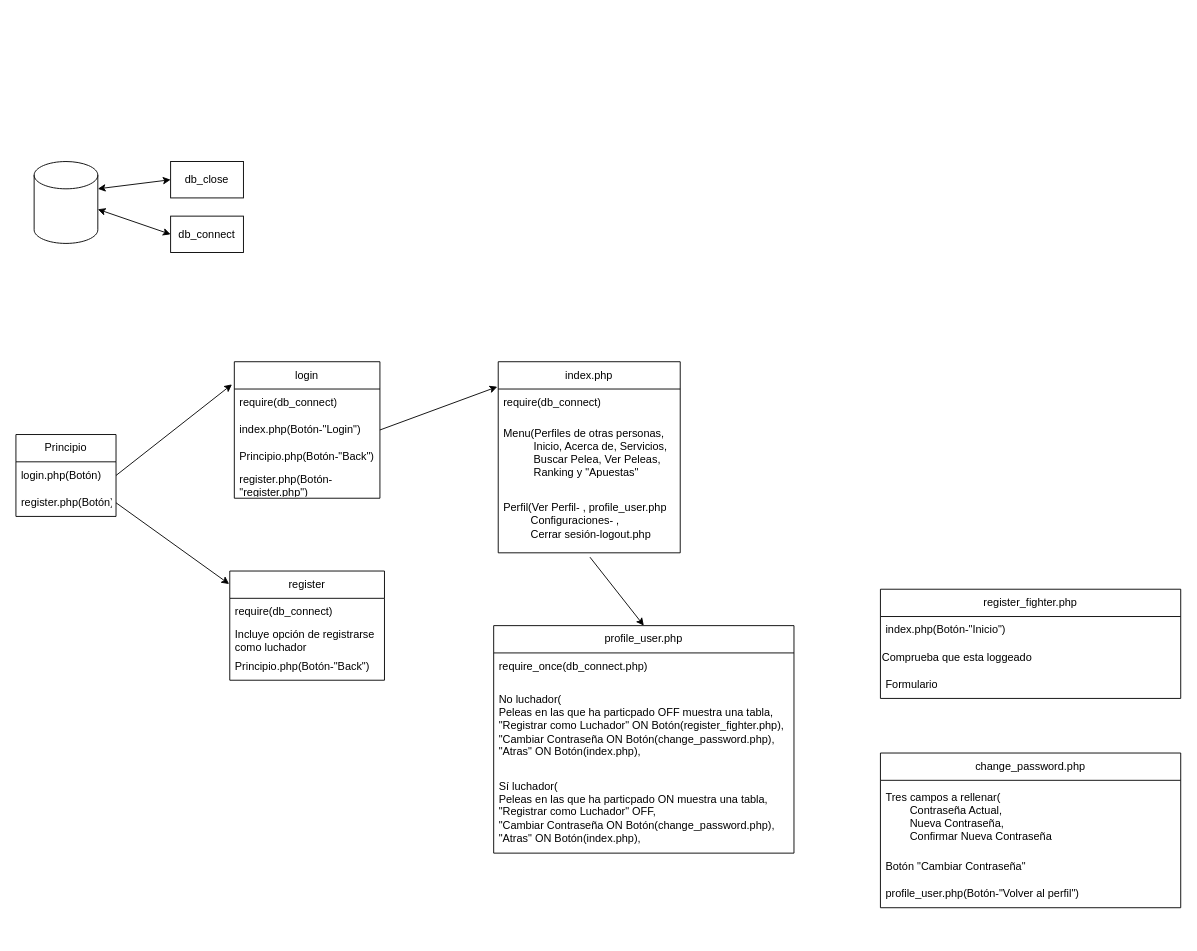
Above: drawing.drawio in Magnof6/knockout_Society (draw.io), before the change. Source tidied: cells renumbered, new cells numbered last; positions are measured from the earlier drawing's top-left corner, leaving out a move shared by most shapes. Both pictures are drawn from the tidied source at 91%, with x=0, y=0 at pixel (15, 161).
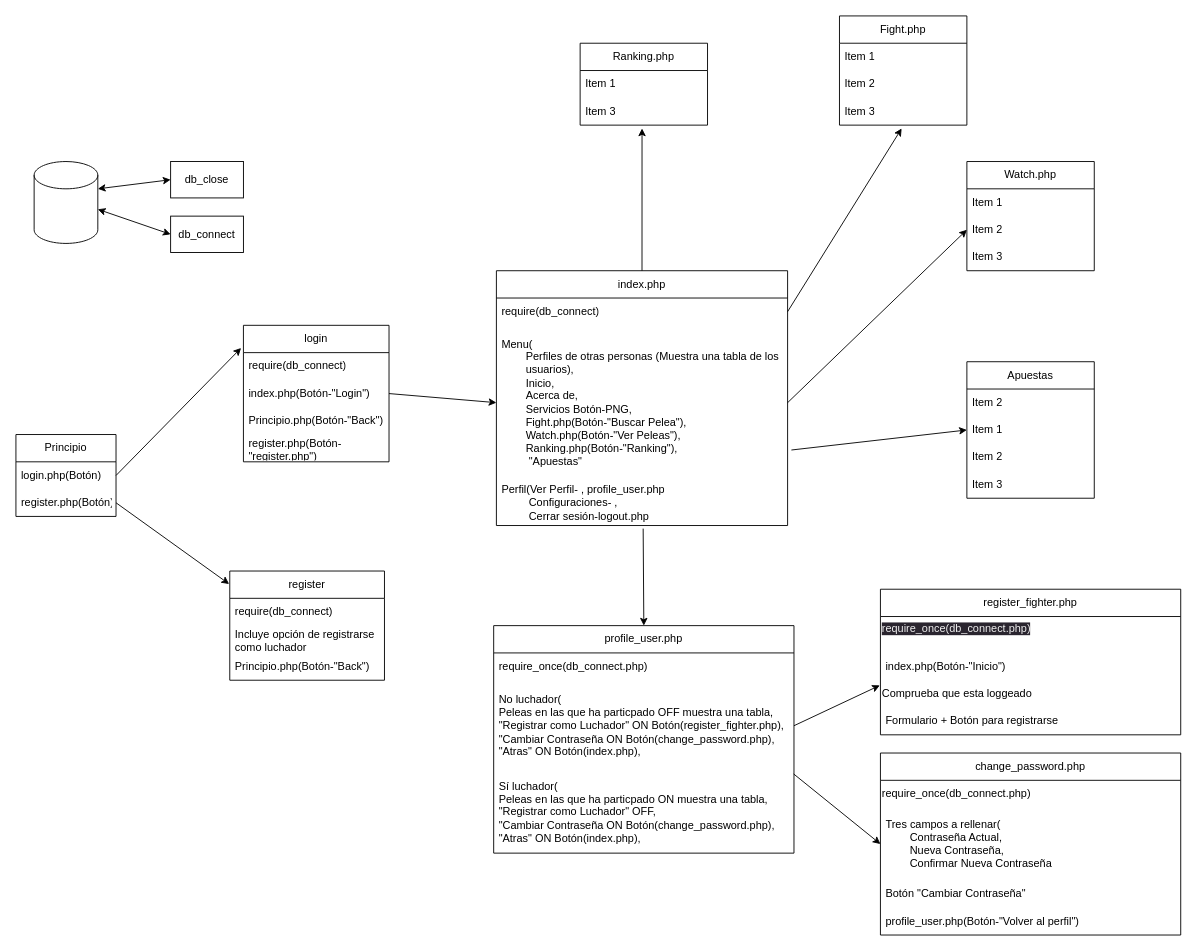
The same diagram, later.

The change refers to these unchanged cells:
```xml
<mxCell id="10" value="index.php(Botón-&quot;Login&quot;)" style="text;strokeColor=none;fillColor=none;align=left;verticalAlign=middle;spacingLeft=4;spacingRight=4;overflow=hidden;points=[[0,0.5],[1,0.5]];portConstraint=eastwest;whiteSpace=wrap;html=1;" parent="8" vertex="1">
  <mxGeometry y="60" width="160" height="30" as="geometry" />
</mxCell>
<mxCell id="29" value="No luchador(&lt;br&gt;Peleas en las que ha particpado OFF muestra una tabla,&lt;br&gt;&quot;Registrar como Luchador&quot; ON Botón(register_fighter.php),&lt;br&gt;&quot;Cambiar Contraseña ON Botón(change_password.php),&lt;br&gt;&quot;Atras&quot; ON Botón(index.php)," style="text;strokeColor=none;fillColor=none;align=left;verticalAlign=middle;spacingLeft=4;spacingRight=4;overflow=hidden;points=[[0,0.5],[1,0.5]];portConstraint=eastwest;whiteSpace=wrap;html=1;" parent="27" vertex="1">
  <mxGeometry y="60" width="330" height="100" as="geometry" />
</mxCell>
```

Diff of the diagram source:
```diff
@@
     <mxCell id="8" value="login" style="swimlane;fontStyle=0;horizontal=1;startSize=30;whiteSpace=wrap;html=1;" parent="1" vertex="1">
-      <mxGeometry x="240" y="220" width="160" height="150" as="geometry" />
+      <mxGeometry x="250" y="180" width="160" height="150" as="geometry" />
     </mxCell>
@@
     <mxCell id="21" value="index.php&lt;br&gt;" style="swimlane;fontStyle=0;horizontal=1;startSize=30;whiteSpace=wrap;html=1;" parent="1" vertex="1">
-      <mxGeometry x="530" y="220" width="200" height="210" as="geometry" />
+      <mxGeometry x="528" y="120" width="320" height="280" as="geometry" />
     </mxCell>
     <mxCell id="22" value="require(db_connect)" style="text;strokeColor=none;fillColor=none;align=left;verticalAlign=middle;spacingLeft=4;spacingRight=4;overflow=hidden;points=[[0,0.5],[1,0.5]];portConstraint=eastwest;whiteSpace=wrap;html=1;" parent="21" vertex="1">
-      <mxGeometry y="30" width="200" height="30" as="geometry" />
+      <mxGeometry y="30" width="320" height="30" as="geometry" />
     </mxCell>
-    <mxCell id="23" value="Menu(Perfiles de otras personas,&lt;br&gt;&lt;span style=&quot;white-space: pre;&quot;&gt;&#9;&lt;/span&gt;&amp;nbsp; Inicio, Acerca de, Servicios,&lt;br&gt;&lt;span style=&quot;white-space: pre;&quot;&gt;&#9;&lt;/span&gt;&amp;nbsp; Buscar Pelea, Ver Peleas,&lt;br&gt;&lt;span style=&quot;white-space: pre;&quot;&gt;&#9;&lt;/span&gt;&amp;nbsp; Ranking y &quot;Apuestas&quot;" style="text;strokeColor=none;fillColor=none;align=left;verticalAlign=middle;spacingLeft=4;spacingRight=4;overflow=hidden;points=[[0,0.5],[1,0.5]];portConstraint=eastwest;whiteSpace=wrap;html=1;" parent="21" vertex="1">
-      <mxGeometry y="60" width="200" height="80" as="geometry" />
+    <mxCell id="23" value="Menu(&lt;br&gt;&lt;span style=&quot;white-space: pre;&quot;&gt;&#9;&lt;/span&gt;Perfiles de otras personas (Muestra una tabla de los &lt;span style=&quot;white-space: pre;&quot;&gt;&#9;&lt;/span&gt;usuarios),&lt;br&gt;&lt;span style=&quot;white-space: pre;&quot;&gt;&#9;&lt;/span&gt;Inicio, &lt;br&gt;&lt;span style=&quot;white-space: pre;&quot;&gt;&#9;&lt;/span&gt;Acerca de, &lt;br&gt;&lt;span style=&quot;white-space: pre;&quot;&gt;&#9;&lt;/span&gt;Servicios Botón-PNG,&lt;br&gt;&lt;span style=&quot;white-space: pre;&quot;&gt;&#9;&lt;/span&gt;Fight.php(Botón-&quot;Buscar Pelea&quot;), &lt;br&gt;&lt;span style=&quot;white-space: pre;&quot;&gt;&#9;&lt;/span&gt;Watch.php(Botón-&quot;Ver Peleas&quot;),&lt;br&gt;&lt;span style=&quot;white-space: pre;&quot;&gt;&#9;&lt;/span&gt;Ranking.php(Botón-&quot;Ranking&quot;),&lt;br&gt;&lt;span style=&quot;white-space: pre;&quot;&gt;&#9;&lt;/span&gt;&amp;nbsp;&quot;Apuestas&quot;" style="text;strokeColor=none;fillColor=none;align=left;verticalAlign=middle;spacingLeft=4;spacingRight=4;overflow=hidden;points=[[0,0.5],[1,0.5]];portConstraint=eastwest;whiteSpace=wrap;html=1;" parent="21" vertex="1">
+      <mxGeometry y="60" width="320" height="170" as="geometry" />
     </mxCell>
     <mxCell id="24" value="Perfil(Ver Perfil- , profile_user.php&lt;br&gt;&lt;span style=&quot;white-space: pre;&quot;&gt;&#9;&lt;/span&gt;&amp;nbsp;Configuraciones- ,&lt;br&gt;&lt;span style=&quot;white-space: pre;&quot;&gt;&#9;&lt;/span&gt;&amp;nbsp;Cerrar sesión-logout.php" style="text;strokeColor=none;fillColor=none;align=left;verticalAlign=middle;spacingLeft=4;spacingRight=4;overflow=hidden;points=[[0,0.5],[1,0.5]];portConstraint=eastwest;whiteSpace=wrap;html=1;" parent="21" vertex="1">
-      <mxGeometry y="140" width="200" height="70" as="geometry" />
+      <mxGeometry y="230" width="320" height="50" as="geometry" />
     </mxCell>
-    <mxCell id="25" style="endArrow=classic;html=1;exitX=1;exitY=0.5;exitDx=0;exitDy=0;entryX=-0.005;entryY=0.131;entryDx=0;entryDy=0;entryPerimeter=0;" parent="1" edge="1" source="10" target="21">
+    <mxCell id="25" style="endArrow=classic;html=1;exitX=1;exitY=0.5;exitDx=0;exitDy=0;entryX=0;entryY=0.5;entryDx=0;entryDy=0;" parent="1" edge="1" source="10" target="23">
       <mxGeometry relative="1" as="geometry" />
     </mxCell>
@@
     <mxCell id="31" value="register_fighter.php" style="swimlane;fontStyle=0;horizontal=1;startSize=30;whiteSpace=wrap;html=1;" parent="1" vertex="1">
-      <mxGeometry x="950" y="470" width="330" height="120" as="geometry" />
+      <mxGeometry x="950" y="470" width="330" height="160" as="geometry" />
     </mxCell>
+    <mxCell id="39" value="&lt;span style=&quot;color: rgb(240, 240, 240); font-family: Helvetica; font-size: 12px; font-style: normal; font-variant-ligatures: normal; font-variant-caps: normal; font-weight: 400; letter-spacing: normal; orphans: 2; text-align: left; text-indent: 0px; text-transform: none; widows: 2; word-spacing: 0px; -webkit-text-stroke-width: 0px; background-color: rgb(42, 37, 47); text-decoration-thickness: initial; text-decoration-style: initial; text-decoration-color: initial; float: none; display: inline !important;&quot;&gt;require_once(db_connect.php)&lt;/span&gt;" style="text;whiteSpace=wrap;html=1;" parent="31" vertex="1">
+      <mxGeometry y="30" width="330" height="40" as="geometry" />
+    </mxCell>
     <mxCell id="32" value="index.php(Botón-&quot;Inicio&quot;)" style="text;strokeColor=none;fillColor=none;align=left;verticalAlign=middle;spacingLeft=4;spacingRight=4;overflow=hidden;whiteSpace=wrap;html=1;" parent="31" vertex="1">
-      <mxGeometry y="30" width="330" height="30" as="geometry" />
+      <mxGeometry y="70" width="330" height="30" as="geometry" />
     </mxCell>
     <mxCell id="33" value="Comprueba que esta loggeado" style="text;html=1;align=left;verticalAlign=middle;points=[];strokeColor=none;fillColor=none;" parent="31" vertex="1">
-      <mxGeometry y="60" width="330" height="30" as="geometry" />
+      <mxGeometry y="100" width="330" height="30" as="geometry" />
     </mxCell>
-    <mxCell id="34" value="Formulario" style="text;strokeColor=none;fillColor=none;align=left;verticalAlign=middle;spacingLeft=4;spacingRight=4;overflow=hidden;whiteSpace=wrap;html=1;" parent="31" vertex="1">
-      <mxGeometry y="90" width="330" height="30" as="geometry" />
+    <mxCell id="34" value="Formulario + Botón para registrarse" style="text;strokeColor=none;fillColor=none;align=left;verticalAlign=middle;spacingLeft=4;spacingRight=4;overflow=hidden;whiteSpace=wrap;html=1;" parent="31" vertex="1">
+      <mxGeometry y="130" width="330" height="30" as="geometry" />
     </mxCell>
     <mxCell id="35" value="change_password.php" style="swimlane;fontStyle=0;horizontal=1;startSize=30;whiteSpace=wrap;html=1;" parent="1" vertex="1">
-      <mxGeometry x="950" y="650" width="330" height="170" as="geometry" />
+      <mxGeometry x="950" y="650" width="330" height="200" as="geometry" />
     </mxCell>
+    <mxCell id="40" value="require_once(db_connect.php)" style="text;html=1;align=left;verticalAlign=middle;strokeColor=none;fillColor=none;" parent="35" vertex="1">
+      <mxGeometry y="30" width="330" height="30" as="geometry" />
+    </mxCell>
     <mxCell id="36" value="Tres campos a rellenar(&lt;br&gt;&lt;span style=&quot;white-space: pre;&quot;&gt;&#9;&lt;/span&gt;Contraseña Actual,&lt;br&gt;&lt;span style=&quot;white-space: pre;&quot;&gt;&#9;&lt;/span&gt;Nueva Contraseña,&lt;br&gt;&lt;span style=&quot;white-space: pre;&quot;&gt;&#9;&lt;/span&gt;Confirmar Nueva Contraseña" style="text;strokeColor=none;fillColor=none;align=left;verticalAlign=middle;spacingLeft=4;spacingRight=4;overflow=hidden;points=[[0,0.5],[1,0.5]];portConstraint=eastwest;whiteSpace=wrap;html=1;" parent="35" vertex="1">
-      <mxGeometry y="30" width="330" height="80" as="geometry" />
+      <mxGeometry y="60" width="330" height="80" as="geometry" />
     </mxCell>
     <mxCell id="37" value="Botón &quot;Cambiar Contraseña&quot;" style="text;strokeColor=none;fillColor=none;align=left;verticalAlign=middle;spacingLeft=4;spacingRight=4;overflow=hidden;whiteSpace=wrap;html=1;" parent="35" vertex="1">
-      <mxGeometry y="110" width="330" height="30" as="geometry" />
+      <mxGeometry y="140" width="330" height="30" as="geometry" />
     </mxCell>
     <mxCell id="38" value="profile_user.php(Botón-&quot;Volver al perfil&quot;)" style="text;strokeColor=none;fillColor=none;align=left;verticalAlign=middle;spacingLeft=4;spacingRight=4;overflow=hidden;whiteSpace=wrap;html=1;" parent="35" vertex="1">
-      <mxGeometry y="140" width="330" height="30" as="geometry" />
+      <mxGeometry y="170" width="330" height="30" as="geometry" />
     </mxCell>
+    <mxCell id="41" style="endArrow=classic;html=1;exitX=1;exitY=0.5;exitDx=0;exitDy=0;entryX=-0.002;entryY=0.189;entryDx=0;entryDy=0;entryPerimeter=0;" parent="1" edge="1" source="29" target="33">
+      <mxGeometry relative="1" as="geometry" />
+    </mxCell>
+    <mxCell id="42" style="endArrow=classic;html=1;exitX=0.999;exitY=1.03;exitDx=0;exitDy=0;exitPerimeter=0;entryX=0;entryY=0.5;entryDx=0;entryDy=0;" parent="1" edge="1" source="29" target="36">
+      <mxGeometry relative="1" as="geometry" />
+    </mxCell>
+    <mxCell id="43" value="Apuestas" style="swimlane;fontStyle=0;horizontal=1;startSize=30;whiteSpace=wrap;html=1;" parent="1" vertex="1">
+      <mxGeometry x="1045" y="220" width="140" height="150" as="geometry" />
+    </mxCell>
+    <mxCell id="44" value="Item 2" style="text;strokeColor=none;fillColor=none;align=left;verticalAlign=middle;spacingLeft=4;spacingRight=4;overflow=hidden;whiteSpace=wrap;html=1;" parent="43" vertex="1">
+      <mxGeometry y="30" width="140" height="30" as="geometry" />
+    </mxCell>
+    <mxCell id="45" value="Item 1" style="text;strokeColor=none;fillColor=none;align=left;verticalAlign=middle;spacingLeft=4;spacingRight=4;overflow=hidden;points=[[0,0.5],[1,0.5]];portConstraint=eastwest;whiteSpace=wrap;html=1;" parent="43" vertex="1">
+      <mxGeometry y="60" width="140" height="30" as="geometry" />
+    </mxCell>
+    <mxCell id="46" value="Item 2" style="text;strokeColor=none;fillColor=none;align=left;verticalAlign=middle;spacingLeft=4;spacingRight=4;overflow=hidden;whiteSpace=wrap;html=1;" parent="43" vertex="1">
+      <mxGeometry y="90" width="140" height="30" as="geometry" />
+    </mxCell>
+    <mxCell id="47" value="Item 3" style="text;strokeColor=none;fillColor=none;align=left;verticalAlign=middle;spacingLeft=4;spacingRight=4;overflow=hidden;whiteSpace=wrap;html=1;" parent="43" vertex="1">
+      <mxGeometry y="120" width="140" height="30" as="geometry" />
+    </mxCell>
+    <mxCell id="48" value="Ranking.php" style="swimlane;fontStyle=0;horizontal=1;startSize=30;whiteSpace=wrap;html=1;" parent="1" vertex="1">
+      <mxGeometry x="620" y="-130" width="140" height="90" as="geometry" />
+    </mxCell>
+    <mxCell id="49" value="Item 1" style="text;strokeColor=none;fillColor=none;align=left;verticalAlign=middle;spacingLeft=4;spacingRight=4;overflow=hidden;whiteSpace=wrap;html=1;" parent="48" vertex="1">
+      <mxGeometry y="30" width="140" height="30" as="geometry" />
+    </mxCell>
+    <mxCell id="50" value="Item 3" style="text;strokeColor=none;fillColor=none;align=left;verticalAlign=middle;spacingLeft=4;spacingRight=4;overflow=hidden;points=[[0,0.5],[1,0.5]];portConstraint=eastwest;whiteSpace=wrap;html=1;" parent="48" vertex="1">
+      <mxGeometry y="60" width="140" height="30" as="geometry" />
+    </mxCell>
+    <mxCell id="51" value="Watch.php" style="swimlane;fontStyle=0;horizontal=1;startSize=30;whiteSpace=wrap;html=1;" parent="1" vertex="1">
+      <mxGeometry x="1045" width="140" height="120" as="geometry" />
+    </mxCell>
+    <mxCell id="52" value="Item 1" style="text;strokeColor=none;fillColor=none;align=left;verticalAlign=middle;spacingLeft=4;spacingRight=4;overflow=hidden;whiteSpace=wrap;html=1;" parent="51" vertex="1">
+      <mxGeometry y="30" width="140" height="30" as="geometry" />
+    </mxCell>
+    <mxCell id="53" value="Item 2" style="text;strokeColor=none;fillColor=none;align=left;verticalAlign=middle;spacingLeft=4;spacingRight=4;overflow=hidden;points=[[0,0.5],[1,0.5]];portConstraint=eastwest;whiteSpace=wrap;html=1;" parent="51" vertex="1">
+      <mxGeometry y="60" width="140" height="30" as="geometry" />
+    </mxCell>
+    <mxCell id="54" value="Item 3" style="text;strokeColor=none;fillColor=none;align=left;verticalAlign=middle;spacingLeft=4;spacingRight=4;overflow=hidden;whiteSpace=wrap;html=1;" parent="51" vertex="1">
+      <mxGeometry y="90" width="140" height="30" as="geometry" />
+    </mxCell>
+    <mxCell id="55" value="Fight.php" style="swimlane;fontStyle=0;horizontal=1;startSize=30;whiteSpace=wrap;html=1;" parent="1" vertex="1">
+      <mxGeometry x="905" y="-160" width="140" height="120" as="geometry" />
+    </mxCell>
+    <mxCell id="56" value="Item 1" style="text;strokeColor=none;fillColor=none;align=left;verticalAlign=middle;spacingLeft=4;spacingRight=4;overflow=hidden;whiteSpace=wrap;html=1;" parent="55" vertex="1">
+      <mxGeometry y="30" width="140" height="30" as="geometry" />
+    </mxCell>
+    <mxCell id="57" value="Item 2" style="text;strokeColor=none;fillColor=none;align=left;verticalAlign=middle;spacingLeft=4;spacingRight=4;overflow=hidden;whiteSpace=wrap;html=1;" parent="55" vertex="1">
+      <mxGeometry y="60" width="140" height="30" as="geometry" />
+    </mxCell>
+    <mxCell id="58" value="Item 3" style="text;strokeColor=none;fillColor=none;align=left;verticalAlign=middle;spacingLeft=4;spacingRight=4;overflow=hidden;points=[[0,0.5],[1,0.5]];portConstraint=eastwest;whiteSpace=wrap;html=1;" parent="55" vertex="1">
+      <mxGeometry y="90" width="140" height="30" as="geometry" />
+    </mxCell>
+    <mxCell id="59" style="endArrow=classic;html=1;exitX=1.013;exitY=0.806;exitDx=0;exitDy=0;exitPerimeter=0;entryX=0;entryY=0.5;entryDx=0;entryDy=0;" parent="1" edge="1" source="23" target="45">
+      <mxGeometry relative="1" as="geometry" />
+    </mxCell>
+    <mxCell id="60" style="endArrow=classic;html=1;exitX=1;exitY=0.5;exitDx=0;exitDy=0;entryX=0;entryY=0.5;entryDx=0;entryDy=0;" parent="1" edge="1" source="23" target="53">
+      <mxGeometry relative="1" as="geometry" />
+    </mxCell>
+    <mxCell id="61" style="endArrow=classic;html=1;exitX=1;exitY=0.5;exitDx=0;exitDy=0;entryX=0.488;entryY=1.122;entryDx=0;entryDy=0;entryPerimeter=0;" parent="1" edge="1" source="22" target="58">
+      <mxGeometry relative="1" as="geometry" />
+    </mxCell>
+    <mxCell id="62" style="endArrow=classic;html=1;entryX=0.486;entryY=1.122;entryDx=0;entryDy=0;entryPerimeter=0;exitX=0.5;exitY=0;exitDx=0;exitDy=0;" parent="1" edge="1" source="21" target="50">
+      <mxGeometry relative="1" as="geometry" />
+    </mxCell>
```
